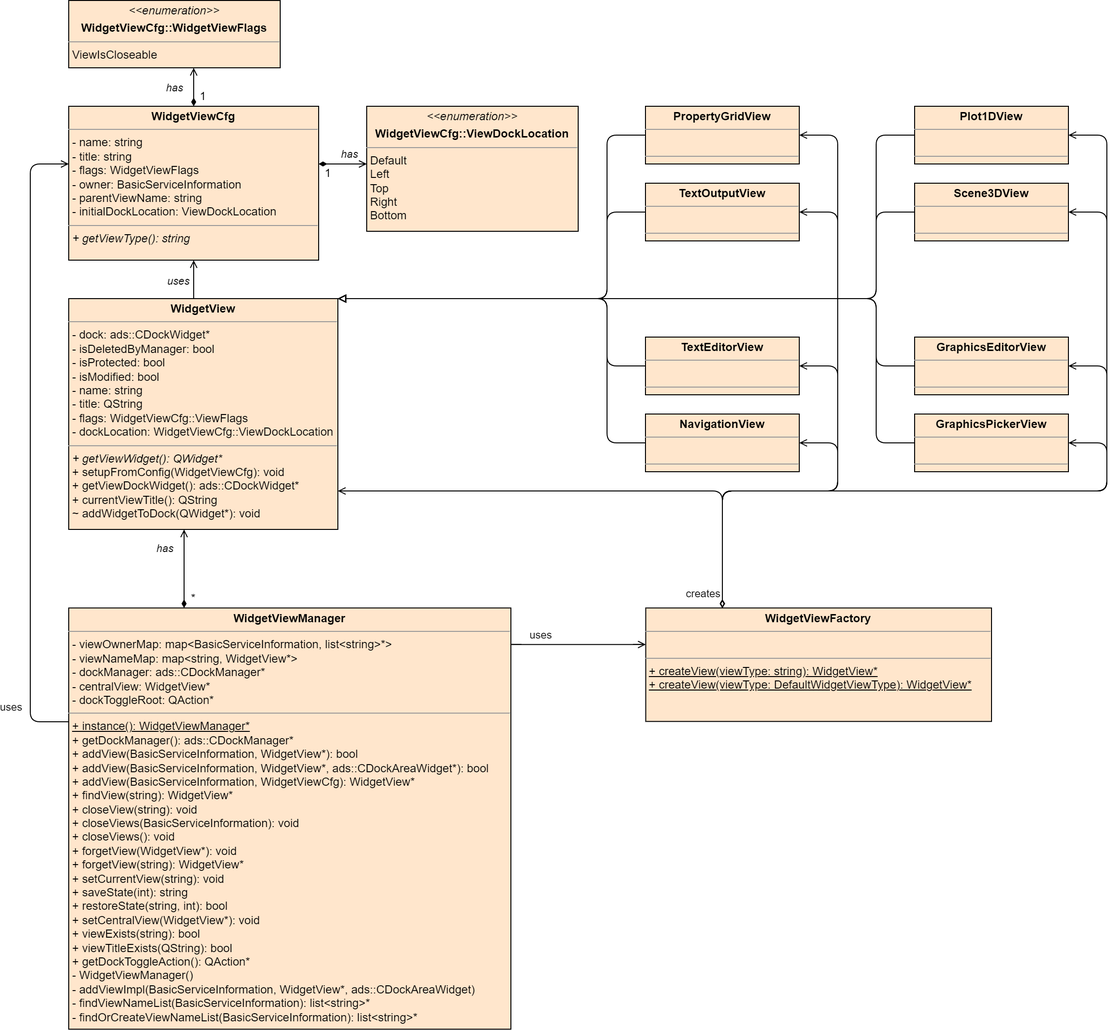
The draw.io diagram Documentation/Developer/ui_api/images/view_handling_class.png in OT-OpenTwin/OpenTwin, before a commit. Source tidied: cells renumbered, new cells last; positions are measured from the earlier drawing's top-left corner, leaving out a move shared by most shapes.
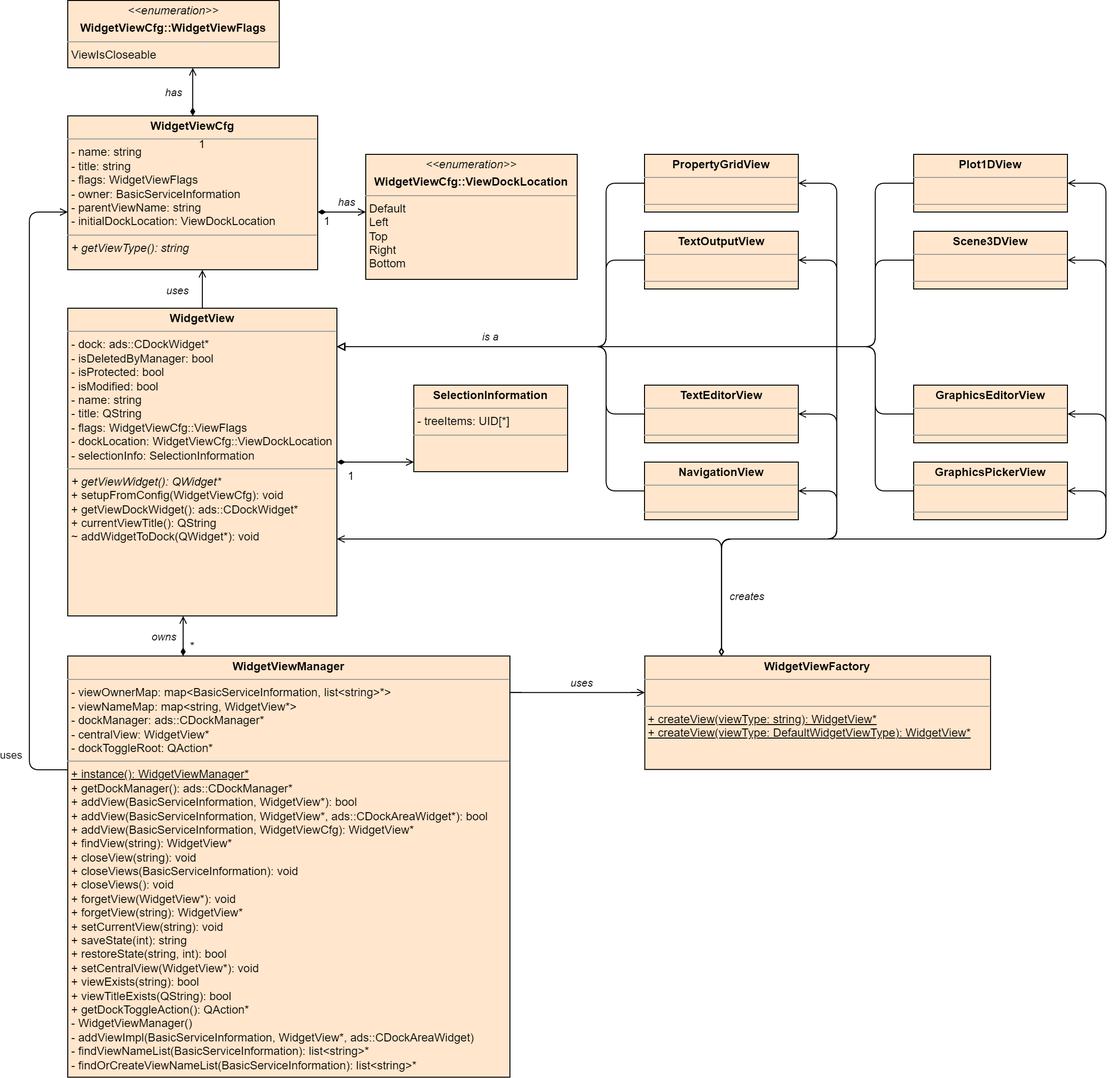
After the commit.

Commit message:
Added view handling sequence diagram and updated class diagram for new selection related view handling

Diff of the diagram source:
```diff
@@ -10,8 +10,16 @@
         </Array>
       </mxGeometry>
     </mxCell>
+    <mxCell id="49" style="edgeStyle=orthogonalEdgeStyle;rounded=0;jettySize=auto;html=1;endArrow=open;endFill=0;startArrow=diamondThin;startFill=1;" parent="1" edge="1" source="3" target="50">
+      <mxGeometry relative="1" as="geometry">
+        <Array as="points">
+          <mxPoint x="380" y="430" />
+          <mxPoint x="380" y="430" />
+        </Array>
+      </mxGeometry>
+    </mxCell>
-    <mxCell id="3" value="&lt;p style=&quot;margin:0px;margin-top:4px;text-align:center;&quot;&gt;&lt;b&gt;WidgetView&lt;/b&gt;&lt;/p&gt;&lt;hr size=&quot;1&quot;&gt;&lt;p style=&quot;margin:0px;margin-left:4px;&quot;&gt;- dock: ads::CDockWidget*&lt;/p&gt;&lt;p style=&quot;margin:0px;margin-left:4px;&quot;&gt;- isDeletedByManager: bool&lt;/p&gt;&lt;p style=&quot;margin:0px;margin-left:4px;&quot;&gt;- isProtected: bool&lt;/p&gt;&lt;p style=&quot;margin:0px;margin-left:4px;&quot;&gt;- isModified: bool&lt;/p&gt;&lt;p style=&quot;margin:0px;margin-left:4px;&quot;&gt;- name: string&lt;/p&gt;&lt;p style=&quot;margin:0px;margin-left:4px;&quot;&gt;- title: QString&lt;/p&gt;&lt;p style=&quot;margin:0px;margin-left:4px;&quot;&gt;- flags: WidgetViewCfg::ViewFlags&lt;/p&gt;&lt;p style=&quot;margin:0px;margin-left:4px;&quot;&gt;- dockLocation: WidgetViewCfg::ViewDockLocation&lt;/p&gt;&lt;hr size=&quot;1&quot;&gt;&lt;p style=&quot;margin:0px;margin-left:4px;&quot;&gt;&lt;i&gt;+ getViewWidget(): QWidget*&lt;/i&gt;&lt;br&gt;&lt;/p&gt;&lt;p style=&quot;margin:0px;margin-left:4px;&quot;&gt;+ setupFromConfig(WidgetViewCfg): void&lt;/p&gt;&lt;p style=&quot;margin:0px;margin-left:4px;&quot;&gt;+ getViewDockWidget(): ads::CDockWidget*&lt;/p&gt;&lt;p style=&quot;margin:0px;margin-left:4px;&quot;&gt;+ currentViewTitle(): QString&lt;/p&gt;&lt;p style=&quot;margin:0px;margin-left:4px;&quot;&gt;~ addWidgetToDock(QWidget*): void&lt;/p&gt;" style="verticalAlign=top;align=left;overflow=fill;fontSize=12;fontFamily=Helvetica;html=1;fillColor=#ffe6cc;strokeColor=#000000;" parent="1" vertex="1">
-      <mxGeometry x="40" y="310" width="280" height="240" as="geometry" />
+    <mxCell id="3" value="&lt;p style=&quot;margin:0px;margin-top:4px;text-align:center;&quot;&gt;&lt;b&gt;WidgetView&lt;/b&gt;&lt;/p&gt;&lt;hr size=&quot;1&quot;&gt;&lt;p style=&quot;margin:0px;margin-left:4px;&quot;&gt;- dock: ads::CDockWidget*&lt;/p&gt;&lt;p style=&quot;margin:0px;margin-left:4px;&quot;&gt;- isDeletedByManager: bool&lt;/p&gt;&lt;p style=&quot;margin:0px;margin-left:4px;&quot;&gt;- isProtected: bool&lt;/p&gt;&lt;p style=&quot;margin:0px;margin-left:4px;&quot;&gt;- isModified: bool&lt;/p&gt;&lt;p style=&quot;margin:0px;margin-left:4px;&quot;&gt;- name: string&lt;/p&gt;&lt;p style=&quot;margin:0px;margin-left:4px;&quot;&gt;- title: QString&lt;/p&gt;&lt;p style=&quot;margin:0px;margin-left:4px;&quot;&gt;- flags: WidgetViewCfg::ViewFlags&lt;/p&gt;&lt;p style=&quot;margin:0px;margin-left:4px;&quot;&gt;- dockLocation: WidgetViewCfg::ViewDockLocation&lt;/p&gt;&lt;p style=&quot;margin:0px;margin-left:4px;&quot;&gt;- selectionInfo: SelectionInformation&lt;/p&gt;&lt;hr size=&quot;1&quot;&gt;&lt;p style=&quot;margin:0px;margin-left:4px;&quot;&gt;&lt;i&gt;+ getViewWidget(): QWidget*&lt;/i&gt;&lt;br&gt;&lt;/p&gt;&lt;p style=&quot;margin:0px;margin-left:4px;&quot;&gt;+ setupFromConfig(WidgetViewCfg): void&lt;/p&gt;&lt;p style=&quot;margin:0px;margin-left:4px;&quot;&gt;+ getViewDockWidget(): ads::CDockWidget*&lt;/p&gt;&lt;p style=&quot;margin:0px;margin-left:4px;&quot;&gt;+ currentViewTitle(): QString&lt;/p&gt;&lt;p style=&quot;margin:0px;margin-left:4px;&quot;&gt;~ addWidgetToDock(QWidget*): void&lt;/p&gt;" style="verticalAlign=top;align=left;overflow=fill;fontSize=12;fontFamily=Helvetica;html=1;fillColor=#ffe6cc;strokeColor=#000000;" parent="1" vertex="1">
+      <mxGeometry x="40" y="270" width="280" height="320" as="geometry" />
     </mxCell>
     <mxCell id="4" style="edgeStyle=orthogonalEdgeStyle;rounded=1;jettySize=auto;html=1;endArrow=open;endFill=0;curved=0;" parent="1" edge="1" source="10" target="15">
       <mxGeometry relative="1" as="geometry">
@@ -34,11 +42,6 @@
         </Array>
       </mxGeometry>
     </mxCell>
-    <mxCell id="7" value="uses" style="edgeLabel;html=1;align=center;verticalAlign=middle;" parent="6" vertex="1">
-      <mxGeometry x="-0.01" y="-1" relative="1" as="geometry">
-        <mxPoint x="-39" y="-11" as="offset" />
-      </mxGeometry>
-    </mxCell>
     <mxCell id="8" style="edgeStyle=orthogonalEdgeStyle;rounded=0;jettySize=auto;html=1;endArrow=open;endFill=0;startArrow=diamondThin;startFill=1;" parent="1" edge="1" source="10" target="3">
       <mxGeometry relative="1" as="geometry">
         <Array as="points">
@@ -47,9 +50,9 @@
         </Array>
       </mxGeometry>
     </mxCell>
-    <mxCell id="9" value="&lt;i&gt;has&lt;/i&gt;" style="edgeLabel;html=1;align=center;verticalAlign=middle;" parent="8" vertex="1">
+    <mxCell id="9" value="&lt;i&gt;owns&lt;/i&gt;" style="edgeLabel;html=1;align=center;verticalAlign=middle;" parent="8" vertex="1">
       <mxGeometry x="-0.1" y="2" relative="1" as="geometry">
-        <mxPoint x="-18" y="-25" as="offset" />
+        <mxPoint x="-18" y="-1" as="offset" />
       </mxGeometry>
     </mxCell>
     <mxCell id="10" value="&lt;p style=&quot;margin:0px;margin-top:4px;text-align:center;&quot;&gt;&lt;b&gt;WidgetViewManager&lt;/b&gt;&lt;/p&gt;&lt;hr size=&quot;1&quot;&gt;&lt;p style=&quot;margin:0px;margin-left:4px;&quot;&gt;- viewOwnerMap: map&amp;lt;BasicServiceInformation, list&amp;lt;string&amp;gt;*&amp;gt;&lt;/p&gt;&lt;p style=&quot;margin:0px;margin-left:4px;&quot;&gt;- viewNameMap: map&amp;lt;string, WidgetView*&amp;gt;&lt;/p&gt;&lt;p style=&quot;margin:0px;margin-left:4px;&quot;&gt;- dockManager: ads::CDockManager*&lt;/p&gt;&lt;p style=&quot;margin:0px;margin-left:4px;&quot;&gt;- centralView: WidgetView*&lt;/p&gt;&lt;p style=&quot;margin:0px;margin-left:4px;&quot;&gt;- dockToggleRoot: QAction*&lt;/p&gt;&lt;hr size=&quot;1&quot;&gt;&lt;p style=&quot;margin:0px;margin-left:4px;&quot;&gt;&lt;u&gt;+ instance(): WidgetViewManager*&lt;/u&gt;&lt;/p&gt;&lt;p style=&quot;margin:0px;margin-left:4px;&quot;&gt;+ getDockManager(): ads::CDockManager*&lt;/p&gt;&lt;p style=&quot;margin:0px;margin-left:4px;&quot;&gt;+ addView(BasicServiceInformation, WidgetView*): bool&lt;/p&gt;&lt;p style=&quot;margin:0px;margin-left:4px;&quot;&gt;+ addView(BasicServiceInformation, WidgetView*, ads::CDockAreaWidget*): bool&lt;/p&gt;&lt;p style=&quot;margin:0px;margin-left:4px;&quot;&gt;+ addView(BasicServiceInformation, WidgetViewCfg): WidgetView*&lt;/p&gt;&lt;p style=&quot;margin:0px;margin-left:4px;&quot;&gt;+ findView(string): WidgetView*&lt;/p&gt;&lt;p style=&quot;margin:0px;margin-left:4px;&quot;&gt;+ closeView(string): void&lt;/p&gt;&lt;p style=&quot;margin:0px;margin-left:4px;&quot;&gt;+ closeViews(BasicServiceInformation): void&lt;/p&gt;&lt;p style=&quot;margin:0px;margin-left:4px;&quot;&gt;+ closeViews(): void&lt;/p&gt;&lt;p style=&quot;margin:0px;margin-left:4px;&quot;&gt;+ forgetView(WidgetView*): void&lt;/p&gt;&lt;p style=&quot;margin:0px;margin-left:4px;&quot;&gt;+ forgetView(string): WidgetView*&lt;/p&gt;&lt;p style=&quot;margin:0px;margin-left:4px;&quot;&gt;+ setCurrentView(string): void&lt;/p&gt;&lt;p style=&quot;margin:0px;margin-left:4px;&quot;&gt;+ saveState(int): string&lt;/p&gt;&lt;p style=&quot;margin:0px;margin-left:4px;&quot;&gt;+ restoreState(string, int): bool&lt;/p&gt;&lt;p style=&quot;margin:0px;margin-left:4px;&quot;&gt;+ setCentralView(WidgetView*): void&lt;/p&gt;&lt;p style=&quot;margin:0px;margin-left:4px;&quot;&gt;+ viewExists(string): bool&lt;/p&gt;&lt;p style=&quot;margin:0px;margin-left:4px;&quot;&gt;+ viewTitleExists(QString): bool&lt;/p&gt;&lt;p style=&quot;margin:0px;margin-left:4px;&quot;&gt;+ getDockToggleAction(): QAction*&lt;/p&gt;&lt;p style=&quot;margin:0px;margin-left:4px;&quot;&gt;- WidgetViewManager()&lt;/p&gt;&lt;p style=&quot;margin:0px;margin-left:4px;&quot;&gt;- addViewImpl(BasicServiceInformation, WidgetView*, ads::CDockAreaWidget)&lt;/p&gt;&lt;p style=&quot;margin:0px;margin-left:4px;&quot;&gt;- findViewNameList(BasicServiceInformation): list&amp;lt;string&amp;gt;*&lt;/p&gt;&lt;p style=&quot;margin:0px;margin-left:4px;&quot;&gt;- findOrCreateViewNameList(BasicServiceInformation): list&amp;lt;string&amp;gt;*&lt;/p&gt;&lt;p style=&quot;margin:0px;margin-left:4px;&quot;&gt;&lt;br&gt;&lt;/p&gt;" style="verticalAlign=top;align=left;overflow=fill;fontSize=12;fontFamily=Helvetica;html=1;fillColor=#ffe6cc;strokeColor=#000000;" parent="1" vertex="1">
@@ -77,11 +80,11 @@
     </mxCell>
     <mxCell id="14" value="has" style="edgeLabel;html=1;align=center;verticalAlign=middle;fontStyle=2;" parent="13" vertex="1">
       <mxGeometry x="0.26" y="2" relative="1" as="geometry">
-        <mxPoint y="-8" as="offset" />
+        <mxPoint x="-2" y="-8" as="offset" />
       </mxGeometry>
     </mxCell>
     <mxCell id="15" value="&lt;p style=&quot;margin:0px;margin-top:4px;text-align:center;&quot;&gt;&lt;b&gt;WidgetViewCfg&lt;/b&gt;&lt;/p&gt;&lt;hr size=&quot;1&quot;&gt;&lt;p style=&quot;margin:0px;margin-left:4px;&quot;&gt;- name: string&lt;/p&gt;&lt;p style=&quot;margin:0px;margin-left:4px;&quot;&gt;- title: string&lt;/p&gt;&lt;p style=&quot;margin:0px;margin-left:4px;&quot;&gt;- flags: WidgetViewFlags&lt;/p&gt;&lt;p style=&quot;margin:0px;margin-left:4px;&quot;&gt;- owner: BasicServiceInformation&lt;/p&gt;&lt;p style=&quot;margin:0px;margin-left:4px;&quot;&gt;- parentViewName: string&lt;/p&gt;&lt;p style=&quot;margin:0px;margin-left:4px;&quot;&gt;- initialDockLocation: ViewDockLocation&lt;/p&gt;&lt;hr size=&quot;1&quot;&gt;&lt;p style=&quot;margin:0px;margin-left:4px;&quot;&gt;&lt;i&gt;+ getViewType(): string&lt;/i&gt;&lt;/p&gt;" style="verticalAlign=top;align=left;overflow=fill;fontSize=12;fontFamily=Helvetica;html=1;fillColor=#ffe6cc;strokeColor=#000000;" parent="1" vertex="1">
-      <mxGeometry x="40" y="110" width="260" height="160" as="geometry" />
+      <mxGeometry x="40" y="70" width="260" height="160" as="geometry" />
     </mxCell>
     <mxCell id="16" style="edgeStyle=orthogonalEdgeStyle;rounded=1;jettySize=auto;html=1;endArrow=open;endFill=0;curved=0;startArrow=diamondThin;startFill=0;" parent="1" edge="1" source="25" target="3">
       <mxGeometry relative="1" as="geometry">
@@ -91,11 +94,6 @@
         </Array>
       </mxGeometry>
     </mxCell>
-    <mxCell id="17" value="creates" style="edgeLabel;html=1;align=center;verticalAlign=middle;" parent="16" vertex="1">
-      <mxGeometry x="-0.89" y="1" relative="1" as="geometry">
-        <mxPoint x="-19" y="12" as="offset" />
-      </mxGeometry>
-    </mxCell>
     <mxCell id="18" style="edgeStyle=orthogonalEdgeStyle;rounded=1;jettySize=auto;html=1;curved=0;endArrow=open;endFill=0;startArrow=diamondThin;startFill=0;" parent="1" edge="1" source="25" target="30">
       <mxGeometry relative="1" as="geometry">
         <Array as="points">
@@ -163,13 +161,13 @@
       <mxGeometry x="640.3" y="631.7" width="359.7" height="118" as="geometry" />
     </mxCell>
     <mxCell id="26" value="&lt;p style=&quot;margin:0px;margin-top:4px;text-align:center;&quot;&gt;&lt;span style=&quot;background-color: initial;&quot;&gt;&lt;i&gt;&amp;lt;&amp;lt;enumeration&amp;gt;&amp;gt;&lt;/i&gt;&lt;/span&gt;&lt;/p&gt;&lt;p style=&quot;margin:0px;margin-top:4px;text-align:center;&quot;&gt;&lt;b&gt;WidgetViewCfg::WidgetViewFlags&lt;/b&gt;&lt;/p&gt;&lt;hr size=&quot;1&quot;&gt;&lt;p style=&quot;margin:0px;margin-left:4px;&quot;&gt;ViewIsCloseable&lt;/p&gt;&lt;p style=&quot;margin:0px;margin-left:4px;&quot;&gt;&lt;br&gt;&lt;/p&gt;&lt;p style=&quot;margin:0px;margin-left:4px;&quot;&gt;&lt;br&gt;&lt;/p&gt;" style="verticalAlign=top;align=left;overflow=fill;fontSize=12;fontFamily=Helvetica;html=1;fillColor=#ffe6cc;strokeColor=#000000;" parent="1" vertex="1">
-      <mxGeometry x="40" width="220" height="70" as="geometry" />
+      <mxGeometry x="40" y="-50" width="220" height="70" as="geometry" />
     </mxCell>
     <mxCell id="27" value="1" style="text;html=1;align=center;verticalAlign=middle;whiteSpace=wrap;rounded=0;" parent="1" vertex="1">
       <mxGeometry x="170" y="90" width="20" height="20" as="geometry" />
     </mxCell>
     <mxCell id="28" value="uses" style="edgeLabel;html=1;align=center;verticalAlign=middle;fontStyle=2;" parent="1" vertex="1">
-      <mxGeometry x="160" y="290" as="geometry">
+      <mxGeometry x="160" y="250" as="geometry">
         <mxPoint x="-6" y="2" as="offset" />
       </mxGeometry>
     </mxCell>
@@ -279,5 +277,20 @@
     <mxCell id="48" value="*" style="text;html=1;align=center;verticalAlign=middle;whiteSpace=wrap;rounded=0;" parent="1" vertex="1">
       <mxGeometry x="160" y="611.7" width="20" height="20" as="geometry" />
     </mxCell>
+    <mxCell id="50" value="&lt;p style=&quot;margin:0px;margin-top:4px;text-align:center;&quot;&gt;&lt;b style=&quot;background-color: transparent; color: light-dark(rgb(0, 0, 0), rgb(255, 255, 255));&quot;&gt;SelectionInformation&lt;/b&gt;&lt;/p&gt;&lt;hr size=&quot;1&quot;&gt;&lt;p style=&quot;margin:0px;margin-left:4px;&quot;&gt;- treeItems: UID[*]&lt;/p&gt;&lt;hr size=&quot;1&quot;&gt;&lt;p style=&quot;margin:0px;margin-left:4px;&quot;&gt;&lt;br&gt;&lt;/p&gt;" style="verticalAlign=top;align=left;overflow=fill;fontSize=12;fontFamily=Helvetica;html=1;fillColor=#ffe6cc;strokeColor=#000000;" parent="1" vertex="1">
+      <mxGeometry x="400" y="350" width="160" height="90" as="geometry" />
+    </mxCell>
+    <mxCell id="51" value="1" style="text;html=1;align=center;verticalAlign=middle;whiteSpace=wrap;rounded=0;" parent="1" vertex="1">
+      <mxGeometry x="320" y="430" width="30" height="30" as="geometry" />
+    </mxCell>
+    <mxCell id="7" value="uses" style="text;html=1;align=center;verticalAlign=middle;whiteSpace=wrap;rounded=0;fontStyle=2;fontSize=11;" parent="1" vertex="1">
+      <mxGeometry x="560" y="650" width="30" height="20" as="geometry" />
+    </mxCell>
+    <mxCell id="17" value="creates" style="text;html=1;align=center;verticalAlign=middle;whiteSpace=wrap;rounded=0;fontStyle=2;fontSize=11;" parent="1" vertex="1">
+      <mxGeometry x="722" y="560" width="50" height="20" as="geometry" />
+    </mxCell>
+    <mxCell id="52" value="is a" style="text;html=1;align=center;verticalAlign=middle;whiteSpace=wrap;rounded=0;fontStyle=2;fontSize=11;" parent="1" vertex="1">
+      <mxGeometry x="455" y="290" width="50" height="20" as="geometry" />
+    </mxCell>
   </root>
 </mxGraphModel>
```
